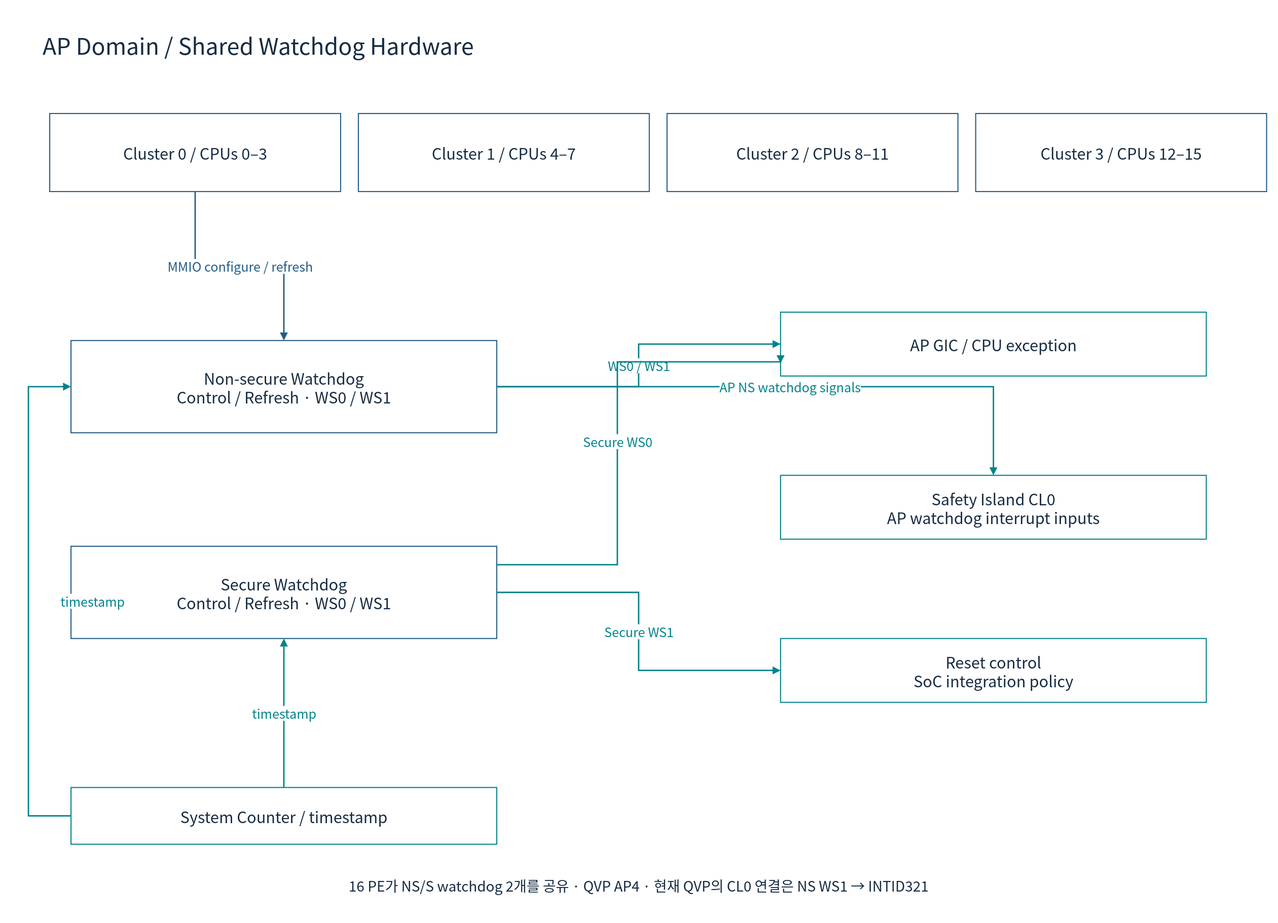
cometzero/project-apollo keeps this draw.io diagram as doc/phase1/watchdog/diagrams/01a-ap-hardware.drawio.svg. Above is the earlier version. Source tidied: cells renumbered, new cells last; positions are measured from the earlier drawing's top-left corner, leaving out a move shared by most shapes.
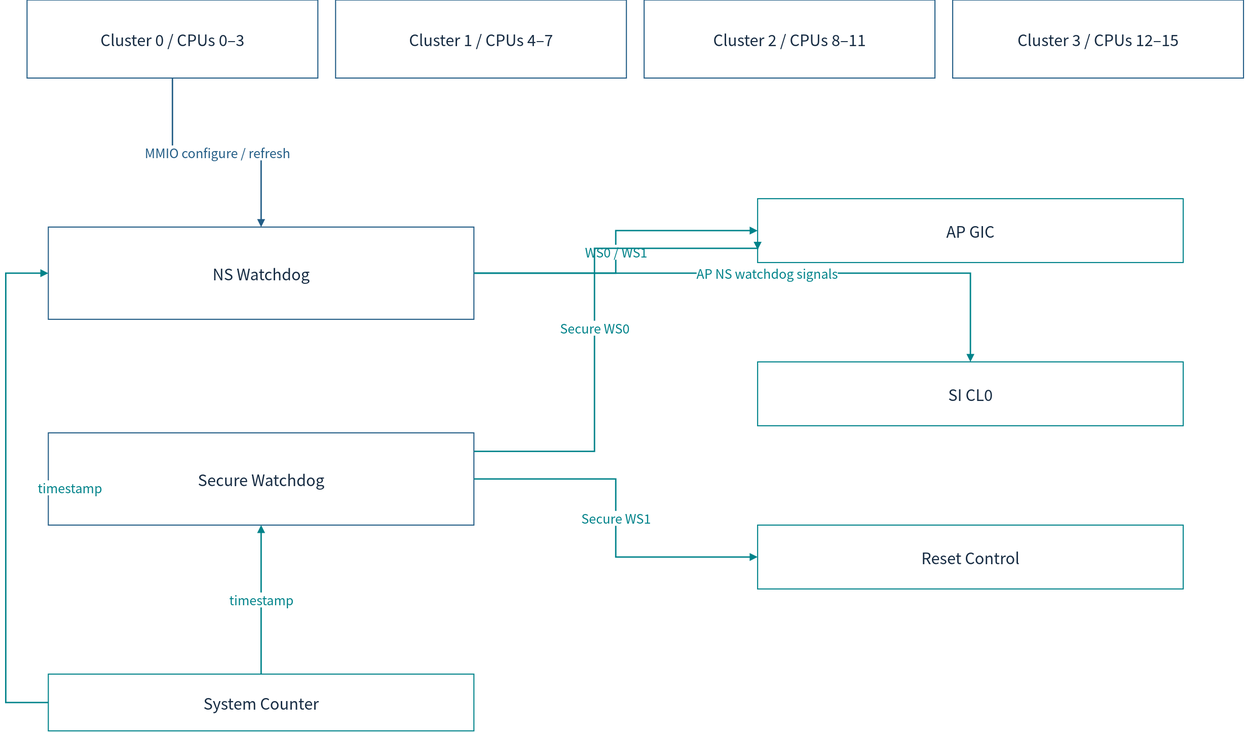
The same file after the commit.

Diff of the diagram source:
```diff
@@ -2,12 +2,6 @@
   <root>
     <mxCell id="0" />
     <mxCell id="1" parent="0" />
-    <mxCell id="2" style="rounded=0;whiteSpace=wrap;html=1;fillColor=#FFFFFF;strokeColor=none;strokeWidth=1.5;fontColor=#172C43;fontFamily=Noto Sans CJK KR;fontSize=22;spacing=10;" parent="1" vertex="1">
-      <mxGeometry width="1800" height="1300" as="geometry" />
-    </mxCell>
-    <mxCell id="3" value="AP Domain / Shared Watchdog Hardware" style="rounded=0;whiteSpace=wrap;html=1;fillColor=#FFFFFF;strokeColor=none;strokeWidth=1.5;fontColor=#172C43;fontFamily=Noto Sans CJK KR;fontSize=22;spacing=10;fontSize=32;align=left;" parent="1" vertex="1">
-      <mxGeometry x="50" y="30" width="1700" height="65" as="geometry" />
-    </mxCell>
     <mxCell id="4" value="Cluster 0 / CPUs 0–3" style="rounded=0;whiteSpace=wrap;html=1;fillColor=#FFFFFF;strokeColor=#235D86;strokeWidth=1.5;fontColor=#172C43;fontFamily=Noto Sans CJK KR;fontSize=22;spacing=10;" parent="1" vertex="1">
       <mxGeometry x="70" y="160" width="410" height="110" as="geometry" />
     </mxCell>
@@ -20,22 +14,22 @@
     <mxCell id="7" value="Cluster 3 / CPUs 12–15" style="rounded=0;whiteSpace=wrap;html=1;fillColor=#FFFFFF;strokeColor=#235D86;strokeWidth=1.5;fontColor=#172C43;fontFamily=Noto Sans CJK KR;fontSize=22;spacing=10;" parent="1" vertex="1">
       <mxGeometry x="1375" y="160" width="410" height="110" as="geometry" />
     </mxCell>
-    <mxCell id="8" value="Non-secure Watchdog&#10;Control / Refresh · WS0 / WS1" style="rounded=0;whiteSpace=wrap;html=1;fillColor=#FFFFFF;strokeColor=#235D86;strokeWidth=1.5;fontColor=#172C43;fontFamily=Noto Sans CJK KR;fontSize=22;spacing=10;" parent="1" vertex="1">
+    <mxCell id="8" value="NS Watchdog" style="rounded=0;whiteSpace=wrap;html=1;fillColor=#FFFFFF;strokeColor=#235D86;strokeWidth=1.5;fontColor=#172C43;fontFamily=Noto Sans CJK KR;fontSize=22;spacing=10;" parent="1" vertex="1">
       <mxGeometry x="100" y="480" width="600" height="130" as="geometry" />
     </mxCell>
-    <mxCell id="9" value="Secure Watchdog&#10;Control / Refresh · WS0 / WS1" style="rounded=0;whiteSpace=wrap;html=1;fillColor=#FFFFFF;strokeColor=#235D86;strokeWidth=1.5;fontColor=#172C43;fontFamily=Noto Sans CJK KR;fontSize=22;spacing=10;" parent="1" vertex="1">
+    <mxCell id="9" value="Secure Watchdog" style="rounded=0;whiteSpace=wrap;html=1;fillColor=#FFFFFF;strokeColor=#235D86;strokeWidth=1.5;fontColor=#172C43;fontFamily=Noto Sans CJK KR;fontSize=22;spacing=10;" parent="1" vertex="1">
       <mxGeometry x="100" y="770" width="600" height="130" as="geometry" />
     </mxCell>
-    <mxCell id="10" value="AP GIC / CPU exception" style="rounded=0;whiteSpace=wrap;html=1;fillColor=#FFFFFF;strokeColor=#00838A;strokeWidth=1.5;fontColor=#172C43;fontFamily=Noto Sans CJK KR;fontSize=22;spacing=10;" parent="1" vertex="1">
+    <mxCell id="10" value="AP GIC" style="rounded=0;whiteSpace=wrap;html=1;fillColor=#FFFFFF;strokeColor=#00838A;strokeWidth=1.5;fontColor=#172C43;fontFamily=Noto Sans CJK KR;fontSize=22;spacing=10;" parent="1" vertex="1">
       <mxGeometry x="1100" y="440" width="600" height="90" as="geometry" />
     </mxCell>
-    <mxCell id="11" value="Safety Island CL0&#10;AP watchdog interrupt inputs" style="rounded=0;whiteSpace=wrap;html=1;fillColor=#FFFFFF;strokeColor=#00838A;strokeWidth=1.5;fontColor=#172C43;fontFamily=Noto Sans CJK KR;fontSize=22;spacing=10;" parent="1" vertex="1">
+    <mxCell id="11" value="SI CL0" style="rounded=0;whiteSpace=wrap;html=1;fillColor=#FFFFFF;strokeColor=#00838A;strokeWidth=1.5;fontColor=#172C43;fontFamily=Noto Sans CJK KR;fontSize=22;spacing=10;" parent="1" vertex="1">
       <mxGeometry x="1100" y="670" width="600" height="90" as="geometry" />
     </mxCell>
-    <mxCell id="12" value="Reset control&#10;SoC integration policy" style="rounded=0;whiteSpace=wrap;html=1;fillColor=#FFFFFF;strokeColor=#00838A;strokeWidth=1.5;fontColor=#172C43;fontFamily=Noto Sans CJK KR;fontSize=22;spacing=10;" parent="1" vertex="1">
+    <mxCell id="12" value="Reset Control" style="rounded=0;whiteSpace=wrap;html=1;fillColor=#FFFFFF;strokeColor=#00838A;strokeWidth=1.5;fontColor=#172C43;fontFamily=Noto Sans CJK KR;fontSize=22;spacing=10;" parent="1" vertex="1">
       <mxGeometry x="1100" y="900" width="600" height="90" as="geometry" />
     </mxCell>
-    <mxCell id="13" value="System Counter / timestamp" style="rounded=0;whiteSpace=wrap;html=1;fillColor=#FFFFFF;strokeColor=#00838A;strokeWidth=1.5;fontColor=#172C43;fontFamily=Noto Sans CJK KR;fontSize=22;spacing=10;" parent="1" vertex="1">
+    <mxCell id="13" value="System Counter" style="rounded=0;whiteSpace=wrap;html=1;fillColor=#FFFFFF;strokeColor=#00838A;strokeWidth=1.5;fontColor=#172C43;fontFamily=Noto Sans CJK KR;fontSize=22;spacing=10;" parent="1" vertex="1">
       <mxGeometry x="100" y="1110" width="600" height="80" as="geometry" />
     </mxCell>
     <mxCell id="14" value="MMIO configure / refresh" style="edgeStyle=orthogonalEdgeStyle;rounded=0;html=1;endArrow=block;endFill=1;strokeWidth=2;strokeColor=#235D86;fontColor=#235D86;fontFamily=Noto Sans CJK KR;fontSize=18;labelBackgroundColor=#FFFFFF;" parent="1" edge="1" source="4" target="8">
@@ -70,8 +64,5 @@
         <mxPoint x="90" as="offset" />
       </mxGeometry>
     </mxCell>
-    <mxCell id="21" value="16 PE가 NS/S watchdog 2개를 공유 · QVP AP4 · 현재 QVP의 CL0 연결은 NS WS1 → INTID321" style="rounded=0;whiteSpace=wrap;html=1;fillColor=#FFFFFF;strokeColor=none;strokeWidth=1.5;fontColor=#172C43;fontFamily=Noto Sans CJK KR;fontSize=22;spacing=10;fontSize=20;" parent="1" vertex="1">
-      <mxGeometry x="70" y="1220" width="1660" height="55" as="geometry" />
-    </mxCell>
   </root>
 </mxGraphModel>
```
